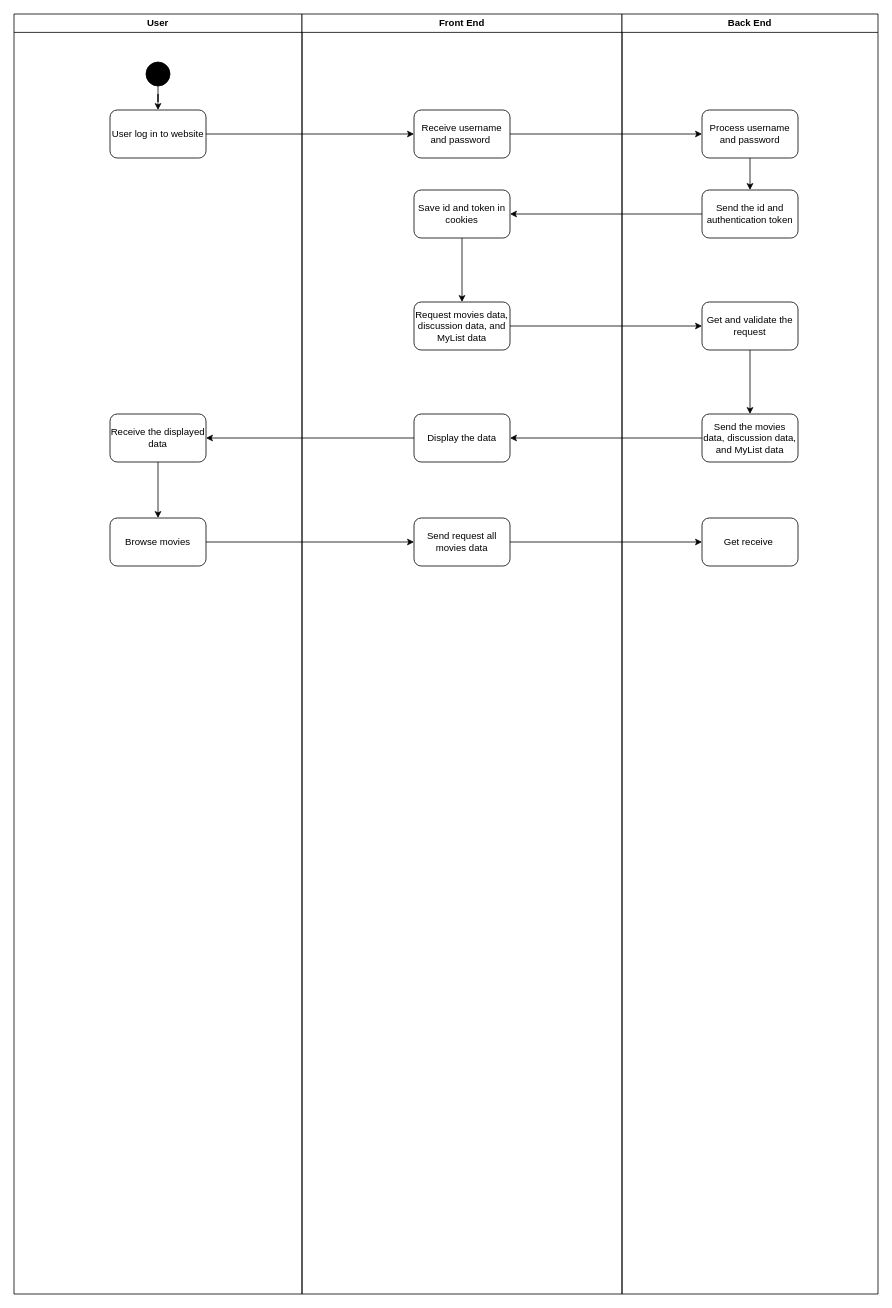
Above: ActivityDiagram .drawio in randyisalive/MovieList-FinalProject (draw.io), before the change. Source tidied: cells renumbered, new cells numbered last; positions are measured from the earlier drawing's top-left corner, leaving out a move shared by most shapes. Both pictures are drawn from the tidied source at 80%, with x=0, y=0 at pixel (14, 14).
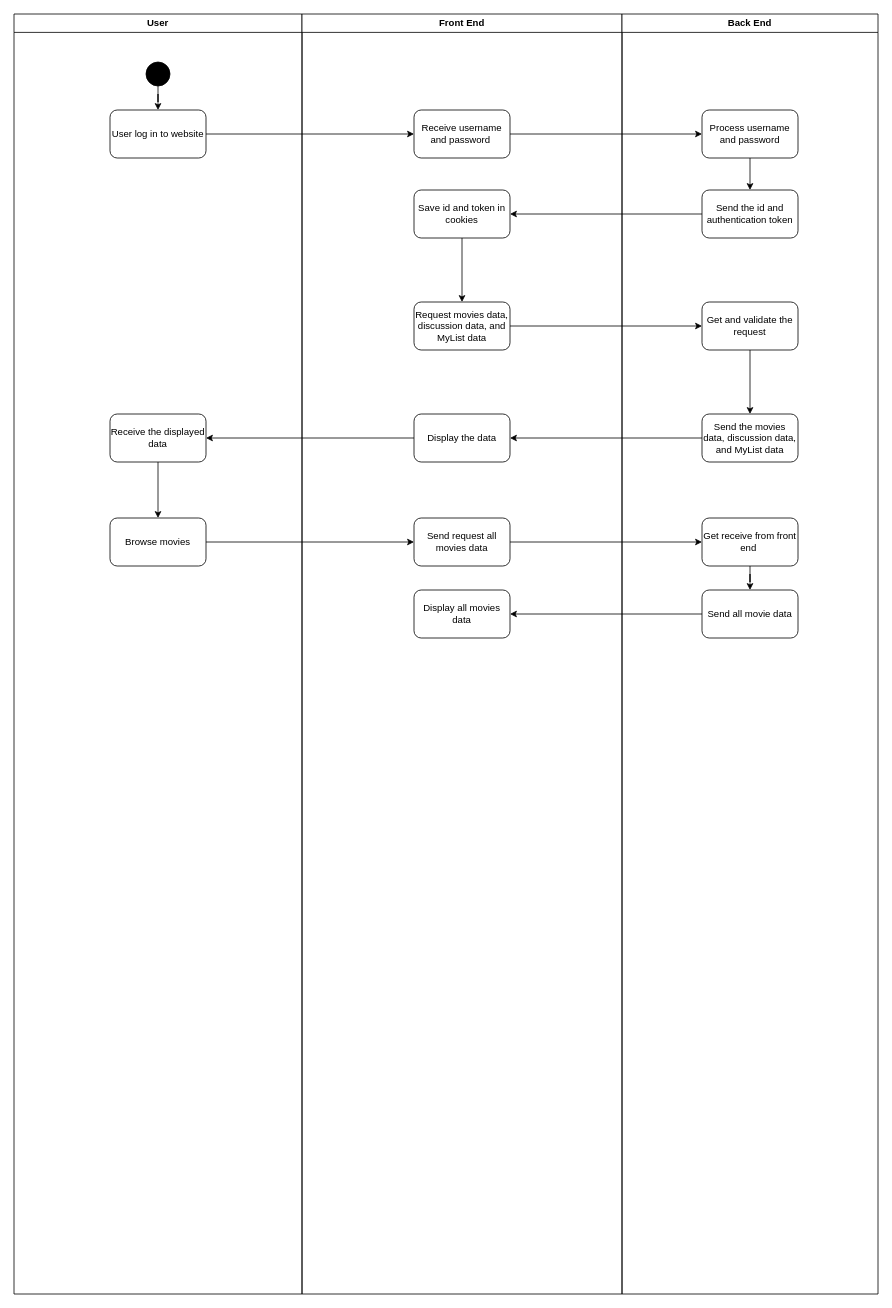
The same page after the edit.

The change refers to these unchanged cells:
```xml
<mxCell id="9" value="Front End" style="swimlane;whiteSpace=wrap;html=1;" parent="1" vertex="1">
  <mxGeometry x="360" width="400" height="1600" as="geometry" />
</mxCell>
<mxCell id="16" value="Back End" style="swimlane;whiteSpace=wrap;html=1;" parent="1" vertex="1">
  <mxGeometry x="760" width="320" height="1600" as="geometry" />
</mxCell>
```

What changed in the source:
```diff
@@
+    <mxCell id="32" value="Display all movies data" style="rounded=1;whiteSpace=wrap;html=1;" parent="9" vertex="1">
+      <mxGeometry x="140" y="720" width="120" height="60" as="geometry" />
+    </mxCell>
@@
+    <mxCell id="33" style="edgeStyle=orthogonalEdgeStyle;rounded=0;jettySize=auto;html=1;" parent="16" edge="1" source="23" target="34">
+      <mxGeometry relative="1" as="geometry" />
+    </mxCell>
-    <mxCell id="23" value="Get receive&amp;nbsp;" style="rounded=1;whiteSpace=wrap;html=1;" parent="16" vertex="1">
+    <mxCell id="23" value="Get receive from front end&amp;nbsp;" style="rounded=1;whiteSpace=wrap;html=1;" parent="16" vertex="1">
       <mxGeometry x="100" y="630" width="120" height="60" as="geometry" />
     </mxCell>
+    <mxCell id="34" value="Send all movie data" style="rounded=1;whiteSpace=wrap;html=1;" parent="16" vertex="1">
+      <mxGeometry x="100" y="720" width="120" height="60" as="geometry" />
+    </mxCell>
@@
+    <mxCell id="35" style="edgeStyle=orthogonalEdgeStyle;rounded=0;jettySize=auto;html=1;exitX=0;exitY=0.5;exitDx=0;exitDy=0;entryX=1;entryY=0.5;entryDx=0;entryDy=0;" parent="1" edge="1" source="34" target="32">
+      <mxGeometry relative="1" as="geometry" />
+    </mxCell>
```
